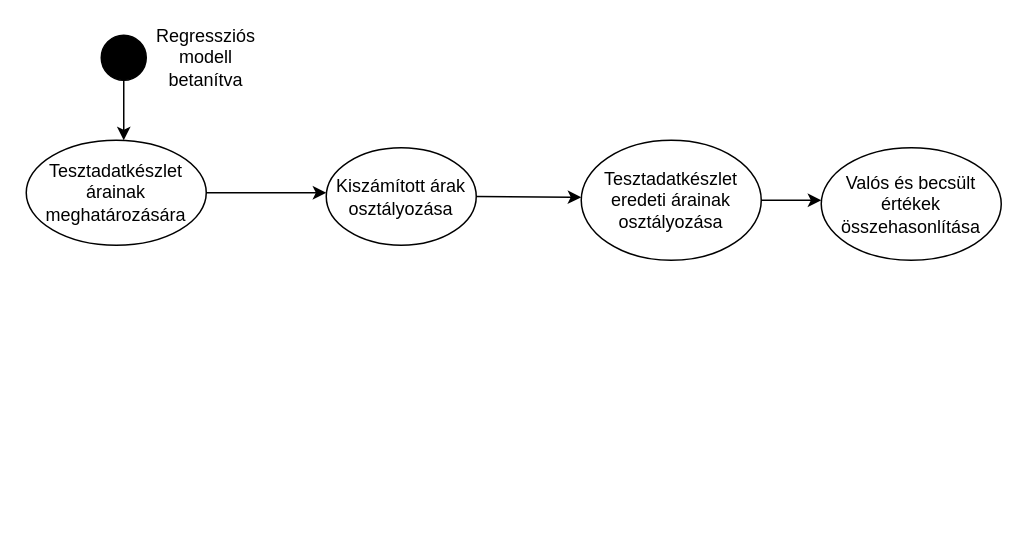
HabanAndras/Gepi-latas keeps this draw.io diagram as Folyamat3.drawio. Above is the earlier version. Source tidied: cells renumbered, new cells numbered last; positions are measured from the earlier drawing's top-left corner, leaving out a move shared by most shapes. Both pictures are drawn from the tidied source at 150%, with x=0, y=0 at pixel (26, 34).
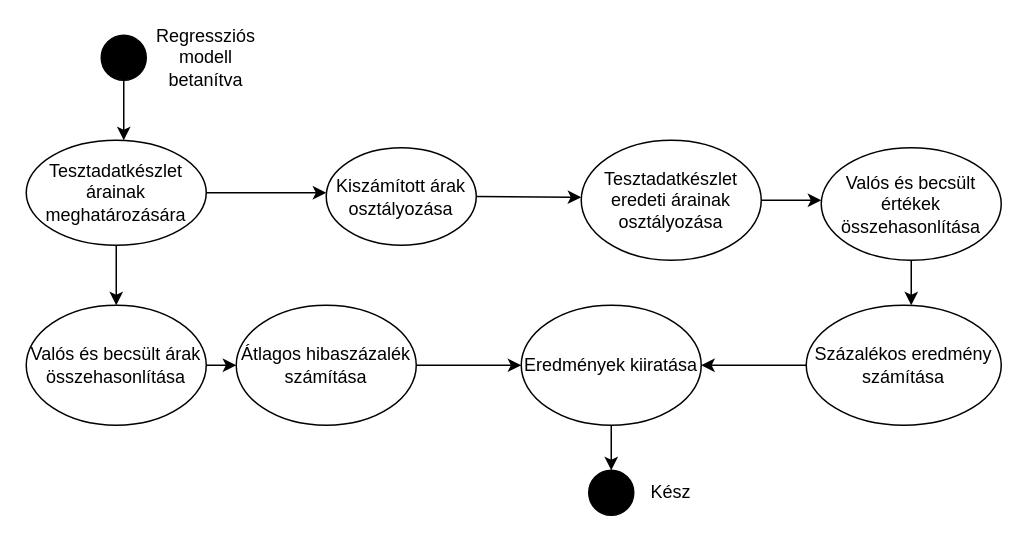
The same page after the edit.

The change refers to these unchanged cells:
```xml
<mxCell id="5" value="Tesztadatkészlet árainak meghatározására" style="ellipse;whiteSpace=wrap;html=1;fillColor=#FFFFFF;" parent="1" vertex="1">
  <mxGeometry y="70" width="120" height="70" as="geometry" />
</mxCell>
<mxCell id="11" value="Valós és becsült értékek összehasonlítása" style="ellipse;whiteSpace=wrap;html=1;fillColor=#FFFFFF;" parent="1" vertex="1">
  <mxGeometry x="530" y="75" width="120" height="75" as="geometry" />
</mxCell>
```

What changed in the source:
```diff
@@
+    <mxCell id="12" style="endArrow=classic;html=1;exitX=0.5;exitY=1;exitDx=0;exitDy=0;" parent="1" edge="1" source="11">
+      <mxGeometry relative="1" as="geometry">
+        <mxPoint x="590" y="180" as="targetPoint" />
+      </mxGeometry>
+    </mxCell>
+    <mxCell id="13" value="Százalékos eredmény számítása" style="ellipse;whiteSpace=wrap;html=1;fillColor=#FFFFFF;" parent="1" vertex="1">
+      <mxGeometry x="520" y="180" width="130" height="80" as="geometry" />
+    </mxCell>
+    <mxCell id="14" style="endArrow=classic;html=1;exitX=0.5;exitY=1;exitDx=0;exitDy=0;" parent="1" edge="1" source="5" target="15">
+      <mxGeometry relative="1" as="geometry" />
+    </mxCell>
+    <mxCell id="15" value="Valós és becsült árak összehasonlítása" style="ellipse;whiteSpace=wrap;html=1;" parent="1" vertex="1">
+      <mxGeometry y="180" width="120" height="80" as="geometry" />
+    </mxCell>
+    <mxCell id="16" style="endArrow=classic;html=1;exitX=1;exitY=0.5;exitDx=0;exitDy=0;" parent="1" edge="1" source="15" target="17">
+      <mxGeometry relative="1" as="geometry" />
+    </mxCell>
+    <mxCell id="17" value="Átlagos hibaszázalék számítása" style="ellipse;whiteSpace=wrap;html=1;" parent="1" vertex="1">
+      <mxGeometry x="140" y="180" width="120" height="80" as="geometry" />
+    </mxCell>
+    <mxCell id="18" value="Eredmények kiiratása" style="ellipse;whiteSpace=wrap;html=1;fillColor=#FFFFFF;" parent="1" vertex="1">
+      <mxGeometry x="330" y="180" width="120" height="80" as="geometry" />
+    </mxCell>
+    <mxCell id="19" style="endArrow=classic;html=1;exitX=1;exitY=0.5;exitDx=0;exitDy=0;entryX=0;entryY=0.5;entryDx=0;entryDy=0;" parent="1" edge="1" source="17" target="18">
+      <mxGeometry relative="1" as="geometry">
+        <Array as="points">
+          <mxPoint x="320" y="220" />
+        </Array>
+      </mxGeometry>
+    </mxCell>
+    <mxCell id="20" style="endArrow=classic;html=1;exitX=0;exitY=0.5;exitDx=0;exitDy=0;" parent="1" edge="1" source="13">
+      <mxGeometry relative="1" as="geometry">
+        <mxPoint x="450" y="220" as="targetPoint" />
+      </mxGeometry>
+    </mxCell>
+    <mxCell id="21" style="endArrow=classic;html=1;exitX=0.5;exitY=1;exitDx=0;exitDy=0;" parent="1" edge="1" source="18">
+      <mxGeometry relative="1" as="geometry">
+        <mxPoint x="390" y="290" as="targetPoint" />
+      </mxGeometry>
+    </mxCell>
+    <mxCell id="22" style="ellipse;whiteSpace=wrap;html=1;fillColor=#000000;" parent="1" vertex="1">
+      <mxGeometry x="375" y="290" width="30" height="30" as="geometry" />
+    </mxCell>
+    <mxCell id="23" value="Kész" style="text;html=1;strokeColor=none;fillColor=none;align=center;verticalAlign=middle;whiteSpace=wrap;rounded=0;" parent="1" vertex="1">
+      <mxGeometry x="410" y="295" width="40" height="20" as="geometry" />
+    </mxCell>
```
